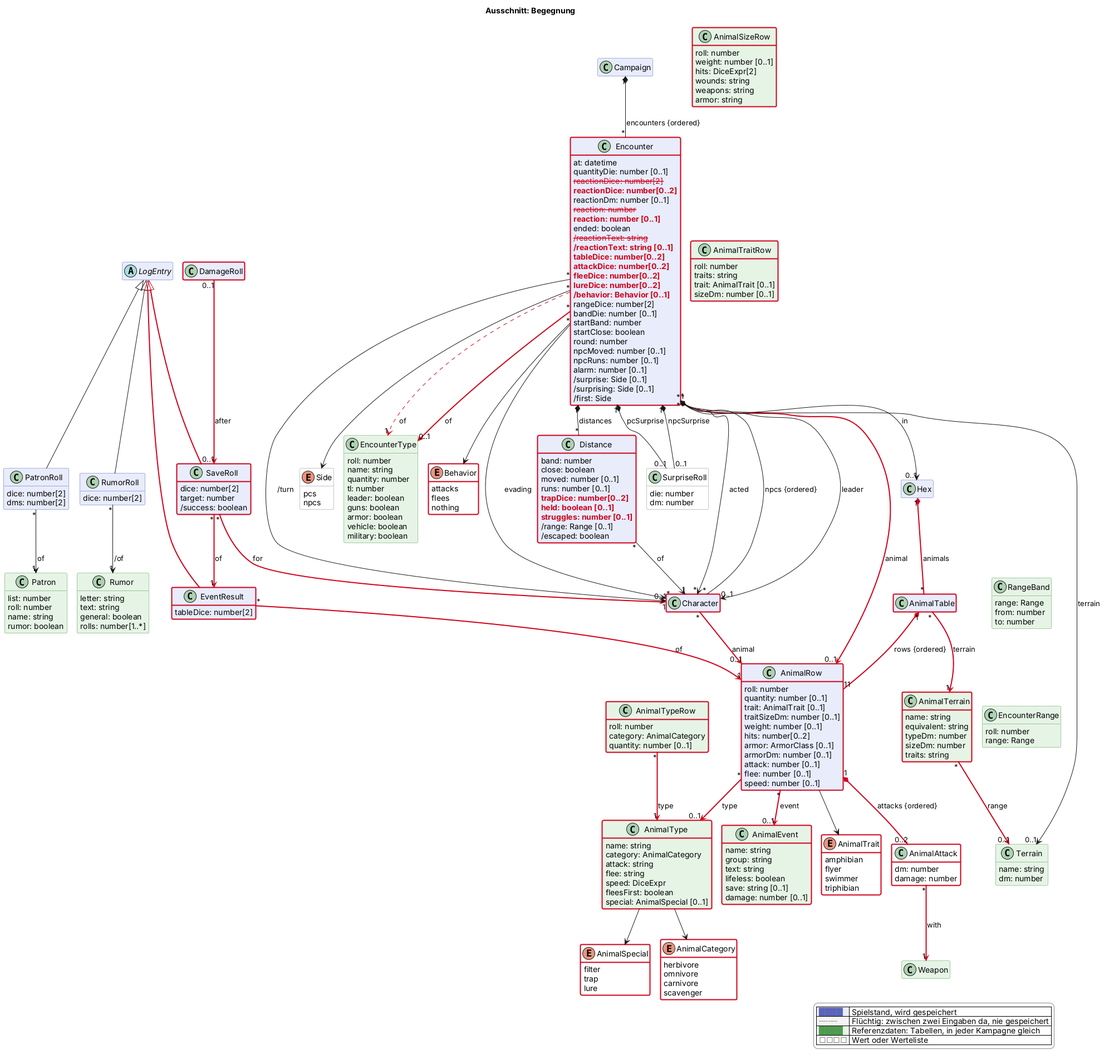
Before: docs/views/begegnung.png, a diagram exported from PlantUML (scuzzar/SRE).
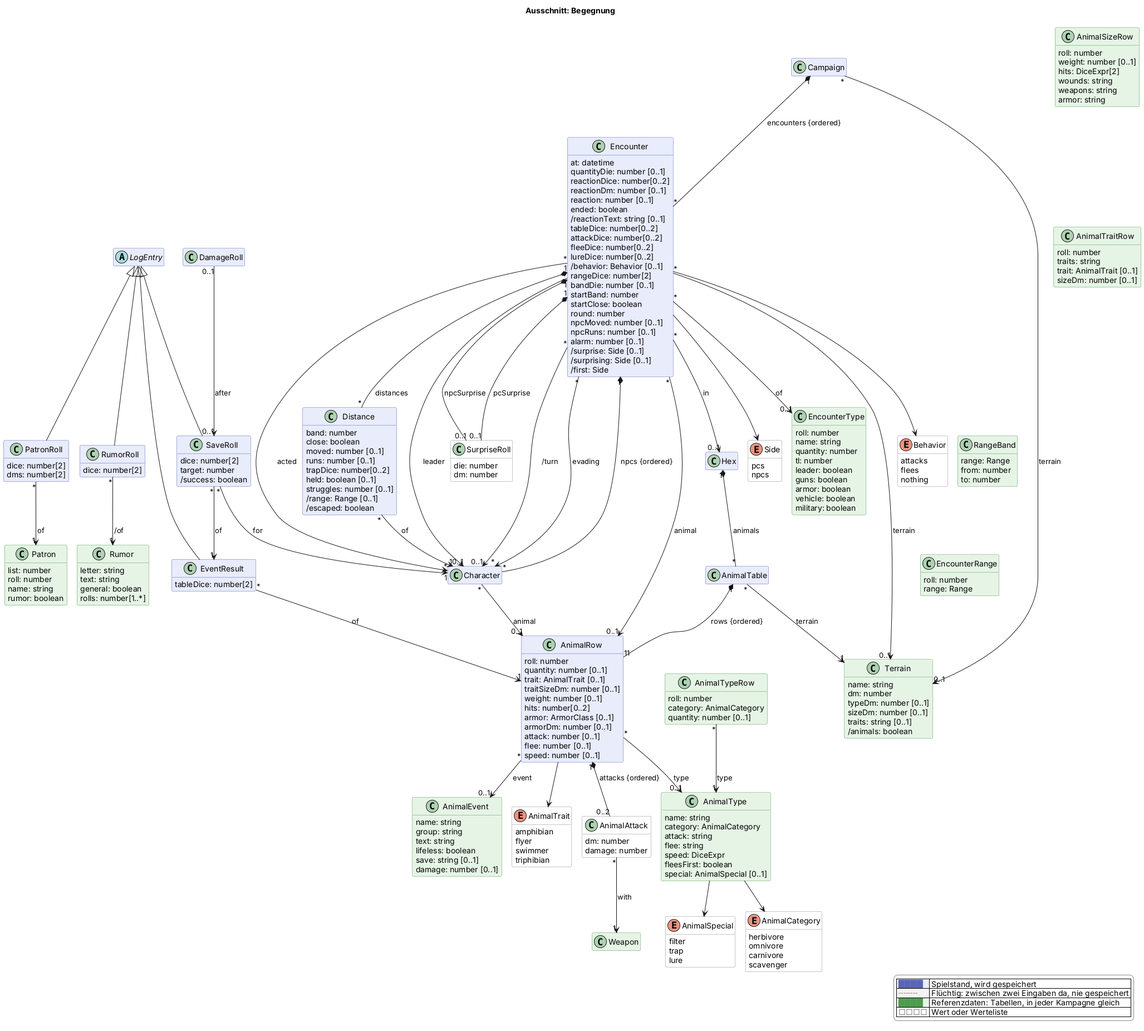
The same diagram one commit later.

Diff of the diagram source:
```diff
@@ -80,10 +80,10 @@
   class RumorRoll $begegnung {
     dice: number[2]
   }
-  class EventResult $begegnung $newClass("2026-11-12c") {
+  class EventResult $begegnung {
     tableDice: number[2]
   }
-  class SaveRoll $begegnung $newClass("2026-11-12c") {
+  class SaveRoll $begegnung {
     dice: number[2]
     target: number
     /success: boolean
@@ -93,19 +93,16 @@
   class Encounter $begegnung {
     at: datetime
     quantityDie: number [0..1]
-    $gone("2026-11-12c", "reactionDice: number[2]")
-    $new("2026-11-12c", "reactionDice: number[0..2]")
+    reactionDice: number[0..2]
     reactionDm: number [0..1]
-    $gone("2026-11-12c", "reaction: number")
-    $new("2026-11-12c", "reaction: number [0..1]")
+    reaction: number [0..1]
     ended: boolean
-    $gone("2026-11-12c", "/reactionText: string")
-    $new("2026-11-12c", "/reactionText: string [0..1]")
-    $new("2026-11-12c", "tableDice: number[0..2]")
-    $new("2026-11-12c", "attackDice: number[0..2]")
-    $new("2026-11-12c", "fleeDice: number[0..2]")
-    $new("2026-11-12c", "lureDice: number[0..2]")
-    $new("2026-11-12c", "/behavior: Behavior [0..1]")
+    /reactionText: string [0..1]
+    tableDice: number[0..2]
+    attackDice: number[0..2]
+    fleeDice: number[0..2]
+    lureDice: number[0..2]
+    /behavior: Behavior [0..1]
     rangeDice: number[2]
     bandDie: number [0..1]
     startBand: number
@@ -123,9 +120,9 @@
     close: boolean
     moved: number [0..1]
     runs: number [0..1]
-    $new("2026-11-12c", "trapDice: number[0..2]")
-    $new("2026-11-12c", "held: boolean [0..1]")
-    $new("2026-11-12c", "struggles: number [0..1]")
+    trapDice: number[0..2]
+    held: boolean [0..1]
+    struggles: number [0..1]
     /range: Range [0..1]
     /escaped: boolean
   }
@@ -140,6 +137,10 @@
   class Terrain <<reference>> $begegnung {
     name: string
     dm: number
+    typeDm: number [0..1]
+    sizeDm: number [0..1]
+    traits: string [0..1]
+    /animals: boolean
   }
   class EncounterRange <<reference>> $begegnung {
     roll: number
@@ -167,9 +168,9 @@
     name: string
     rumor: boolean
   }
-  class AnimalTable $begegnung $newClass("2026-11-12c") {
+  class AnimalTable $begegnung {
   }
-  class AnimalRow $begegnung $newClass("2026-11-12c") {
+  class AnimalRow $begegnung {
     roll: number
     quantity: number [0..1]
     trait: AnimalTrait [0..1]
@@ -182,35 +183,28 @@
     flee: number [0..1]
     speed: number [0..1]
   }
-  class AnimalAttack <<value>> $begegnung $newClass("2026-11-12c") {
+  class AnimalAttack <<value>> $begegnung {
     dm: number
     damage: number
   }
-  enum AnimalTrait <<value>> $begegnung $newClass("2026-11-12c") {
+  enum AnimalTrait <<value>> $begegnung {
     amphibian
     flyer
     swimmer
     triphibian
   }
-  enum Behavior <<value>> $begegnung $newClass("2026-11-12c") {
+  enum Behavior <<value>> $begegnung {
     attacks
     flees
     nothing
   }
-  enum AnimalCategory <<value>> $begegnung $newClass("2026-11-12c") {
+  enum AnimalCategory <<value>> $begegnung {
     herbivore
     omnivore
     carnivore
     scavenger
   }
-  class AnimalTerrain <<reference>> $begegnung $newClass("2026-11-12c") {
-    name: string
-    equivalent: string
-    typeDm: number
-    sizeDm: number
-    traits: string
-  }
-  class AnimalType <<reference>> $begegnung $newClass("2026-11-12c") {
+  class AnimalType <<reference>> $begegnung {
     name: string
     category: AnimalCategory
     attack: string
@@ -219,12 +213,12 @@
     fleesFirst: boolean
     special: AnimalSpecial [0..1]
   }
-  enum AnimalSpecial <<value>> $begegnung $newClass("2026-11-12c") {
+  enum AnimalSpecial <<value>> $begegnung {
     filter
     trap
     lure
   }
-  class AnimalEvent <<reference>> $begegnung $newClass("2026-11-12c") {
+  class AnimalEvent <<reference>> $begegnung {
     name: string
     group: string
     text: string
@@ -232,18 +226,18 @@
     save: string [0..1]
     damage: number [0..1]
   }
-  class AnimalTypeRow <<reference>> $begegnung $newClass("2026-11-12c") {
+  class AnimalTypeRow <<reference>> $begegnung {
     roll: number
     category: AnimalCategory
     quantity: number [0..1]
   }
-  class AnimalTraitRow <<reference>> $begegnung $newClass("2026-11-12c") {
+  class AnimalTraitRow <<reference>> $begegnung {
     roll: number
     traits: string
     trait: AnimalTrait [0..1]
     sizeDm: number [0..1]
   }
-  class AnimalSizeRow <<reference>> $begegnung $newClass("2026-11-12c") {
+  class AnimalSizeRow <<reference>> $begegnung {
     roll: number
     weight: number [0..1]
     hits: DiceExpr[2]
@@ -274,29 +268,28 @@
 
 
 Campaign "1" *-- "*" Encounter : encounters {ordered}
-Encounter "*" -$goneArrow("2026-11-12c")-> "1" EncounterType : of
-Encounter "*" -$newArrow("2026-11-12c")-> "0..1" EncounterType : of
-Encounter "*" -$newArrow("2026-11-12c")-> "0..1" AnimalRow : animal
-Hex "1" *-$newArrow("2026-11-12c")- "*" AnimalTable : animals
-AnimalTable "*" -$newArrow("2026-11-12c")-> "1" AnimalTerrain : terrain
-AnimalTable "1" *-$newArrow("2026-11-12c")- "11" AnimalRow : rows {ordered}
-AnimalRow "*" -$newArrow("2026-11-12c")-> "0..1" AnimalType : type
-AnimalRow "*" -$newArrow("2026-11-12c")-> "0..1" AnimalEvent : event
+Encounter "*" --> "0..1" EncounterType : of
+Encounter "*" --> "0..1" AnimalRow : animal
+Hex "1" *-- "*" AnimalTable : animals
+AnimalTable "*" --> "1" Terrain : terrain
+AnimalTable "1" *-- "11" AnimalRow : rows {ordered}
+AnimalRow "*" --> "0..1" AnimalType : type
+AnimalRow "*" --> "0..1" AnimalEvent : event
 AnimalType --> AnimalSpecial
-LogEntry <|-$newArrow("2026-11-12c")- EventResult
-EventResult "*" -$newArrow("2026-11-12c")-> "1" AnimalRow : of
-LogEntry <|-$newArrow("2026-11-12c")- SaveRoll
-SaveRoll "*" -$newArrow("2026-11-12c")-> "1" Character : for
-SaveRoll "*" -$newArrow("2026-11-12c")-> "1" EventResult : of
-DamageRoll "0..1" -$newArrow("2026-11-12c")-> "0..1" SaveRoll : after
-AnimalRow "1" *-$newArrow("2026-11-12c")- "0..2" AnimalAttack : attacks {ordered}
-AnimalAttack "*" -$newArrow("2026-11-12c")-> "1" Weapon : with
+LogEntry <|-- EventResult
+EventResult "*" --> "1" AnimalRow : of
+LogEntry <|-- SaveRoll
+SaveRoll "*" --> "1" Character : for
+SaveRoll "*" --> "1" EventResult : of
+DamageRoll "0..1" --> "0..1" SaveRoll : after
+AnimalRow "1" *-- "0..2" AnimalAttack : attacks {ordered}
+AnimalAttack "*" --> "1" Weapon : with
 AnimalRow --> AnimalTrait
 Encounter --> Behavior
 AnimalType --> AnimalCategory
-AnimalTerrain "*" -$newArrow("2026-11-12c")-> "0..1" Terrain : range
-AnimalTypeRow "*" -$newArrow("2026-11-12c")-> "1" AnimalType : type
-Character "*" -$newArrow("2026-11-12c")-> "0..1" AnimalRow : animal
+Campaign "*" --> "0..1" Terrain : terrain
+AnimalTypeRow "*" --> "1" AnimalType : type
+Character "*" --> "0..1" AnimalRow : animal
 AnimalSizeRow -[hidden]- AnimalTraitRow
 Encounter "*" --> "0..1" Terrain : terrain
 Encounter "1" *-- "0..1" SurpriseRoll : pcSurprise
@@ -321,8 +314,4 @@
   |<#e6f4e6> <color:#4f9a4f>████</color> | Referenzdaten: Tabellen, in jeder Kampagne gleich |
   |<#ffffff> <color:#8a8a8a>□□□□</color> | Wert oder Werteliste |
 endlegend
-class Character #line:d0021b;line.bold
-class DamageRoll #line:d0021b;line.bold
-class Encounter #line:d0021b;line.bold
-class Distance #line:d0021b;line.bold
 @enduml
```
